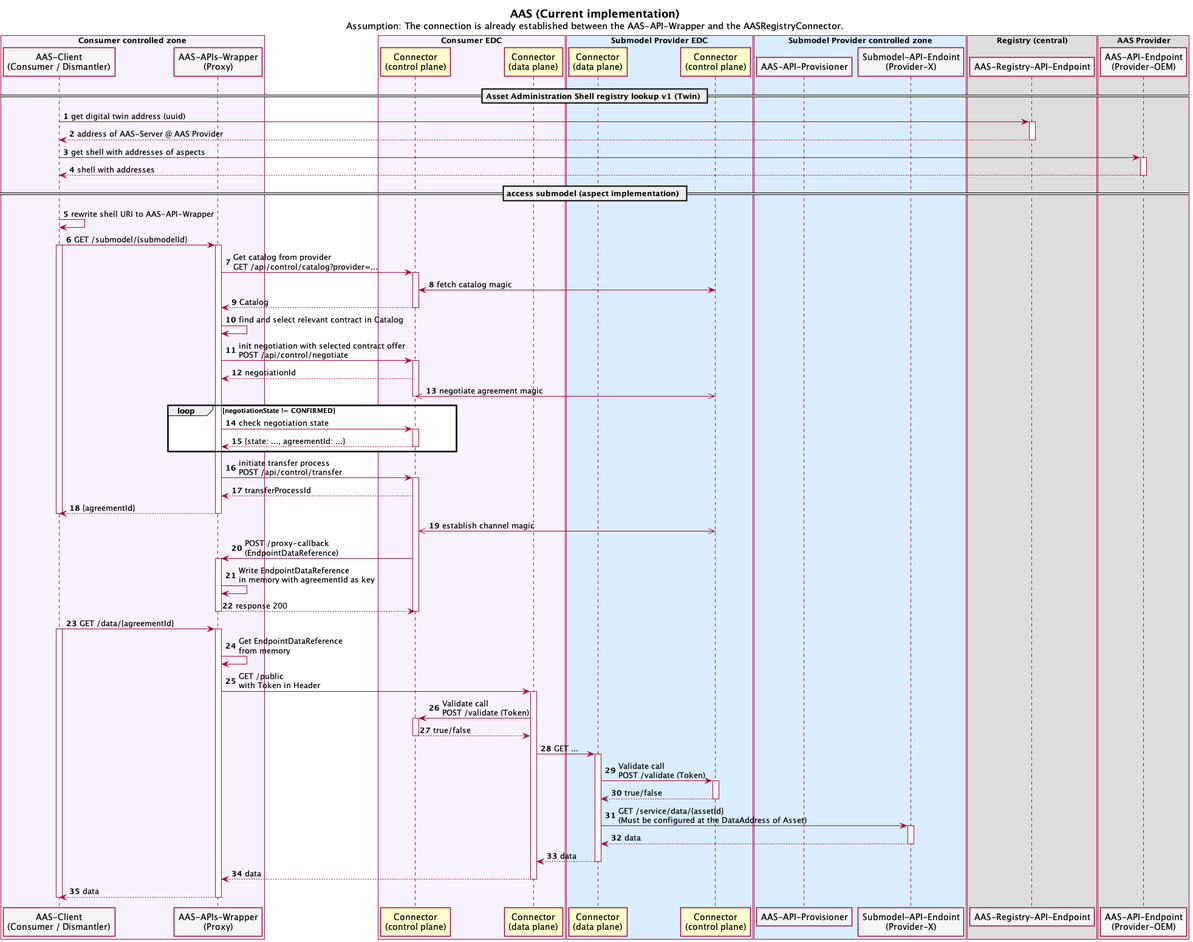
Earlier version of the PlantUML export eclipsedataspaceconnector/api-wrapper/docs/current.png (catenax/tractusx). Source of this version:
```plantuml
@startuml

skinParam NoteBackgroundColor WhiteSmoke
skinParam NoteFontColor Black
skinParam ParticipantBackgroundColor WhiteSmoke
skinParam ActorBackgroundColor WhiteSmoke
skinParam AgentBackgroundColor White
skinParam AgentBorderColor SkyBlue
skinparam shadowing false

!define ConsumerColor f8f2ff
!define ProviderColor d9edff
!define WarningColor Business
!define LeadColor Technology

autonumber

box "Consumer controlled zone" #ConsumerColor
participant AASClient as "AAS-Client\n(Consumer / Dismantler)"
participant AASAPIWrapper as "AAS-APIs-Wrapper\n(Proxy)"
end box

box "Consumer EDC" #ConsumerColor
participant ConsumerControl as "Connector\n(control plane)" #Business
participant ConsumerData as "Connector\n(data plane)" #Business
end box

box "Submodel Provider EDC" #ProviderColor
participant ProviderData as "Connector\n(data plane)" #Business
participant ProviderControl as "Connector\n(control plane)" #Business
end box

box "Submodel Provider controlled zone" #ProviderColor
participant AASAPIWrapperProvider as "AAS-API-Provisioner"
participant SubmodelBackendServer as "Submodel-API-Endoint\n(Provider-X)"
end box

box "Registry (central)"
participant AASRegistryService as "AAS-Registry-API-Endpoint"
end box

box "AAS Provider"
participant AASServer as "AAS-API-Endpoint\n(Provider-OEM)"
end box



title
 **AAS (Current implementation)**
 <sub>Assumption: The connection is already established between the AAS-API-Wrapper and the AASRegistryConnector.</sub>
end title



== Asset Administration Shell registry lookup v1 (Twin) ==
AASClient -> AASRegistryService ++: get digital twin address (uuid)
return address of AAS-Server @ AAS Provider

AASClient -> AASServer ++: get shell with addresses of aspects
return shell with addresses



== access submodel (aspect implementation) ==
AASClient -> AASClient: rewrite shell URI to AAS-API-Wrapper

AASClient -> AASAPIWrapper: GET /submodel/{submodelId}
activate AASClient
    activate AASAPIWrapper
        AASAPIWrapper -> ConsumerControl++: Get catalog from provider\nGET /api/control/catalog?provider=...
        ConsumerControl <-> ProviderControl: fetch catalog magic
        return Catalog
        AASAPIWrapper -> AASAPIWrapper: find and select relevant contract in Catalog
        AASAPIWrapper -> ConsumerControl: init negotiation with selected contract offer\nPOST /api/control/negotiate
        activate ConsumerControl
            AASAPIWrapper <-- ConsumerControl: negotiationId
            ConsumerControl <<->> ProviderControl: negotiate agreement magic
        deactivate ConsumerControl

        loop negotiationState != CONFIRMED
            AASAPIWrapper -> ConsumerControl ++: check negotiation state
            return {state: ..., agreementId: ...}
        end

        AASAPIWrapper -> ConsumerControl: initiate transfer process\nPOST /api/control/transfer

        activate ConsumerControl
            AASAPIWrapper <-- ConsumerControl: transferProcessId

        AASClient <-- AASAPIWrapper: {agreementId}
    deactivate AASAPIWrapper
deactivate AASClient

            ConsumerControl <<->> ProviderControl: establish channel magic



            AASAPIWrapper <- ConsumerControl++: POST /proxy-callback\n(EndpointDataReference)
                AASAPIWrapper -> AASAPIWrapper: Write EndpointDataReference\nin memory with agreementId as key
            return response 200
        deactivate ConsumerControl


AASClient -> AASAPIWrapper++: GET /data/{agreementId}
activate AASClient
        AASAPIWrapper -> AASAPIWrapper: Get EndpointDataReference\nfrom memory

        AASAPIWrapper -> ConsumerData ++: GET /public\nwith Token in Header
            ConsumerData -> ConsumerControl ++: Validate call\nPOST /validate (Token)
            return true/false

            ConsumerData -> ProviderData ++: GET ...

                ProviderData -> ProviderControl ++: Validate call\nPOST /validate (Token)
                return true/false

                ProviderData -> SubmodelBackendServer ++: GET /service/data/{assetId}\n(Must be configured at the DataAddress of Asset)
                return data
            return data
        return data
    return data
deactivate AASClient
@enduml
```
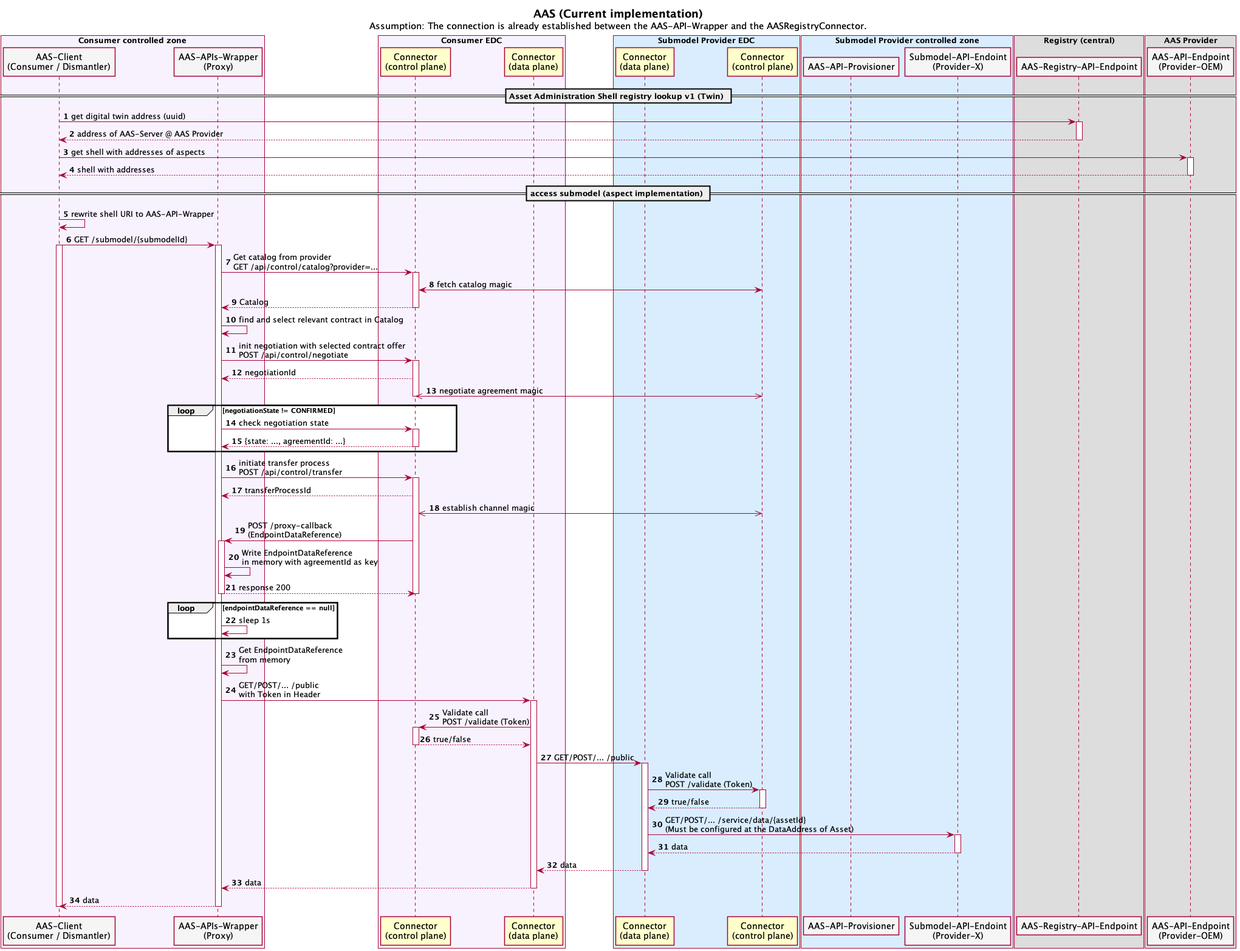
Later version of the same file.

Commit message:
Update sequenz-diagram of api-wrapper

What changed in the source:
```diff
@@ -67,54 +67,46 @@
 AASClient -> AASAPIWrapper: GET /submodel/{submodelId}
 activate AASClient
     activate AASAPIWrapper
-        AASAPIWrapper -> ConsumerControl++: Get catalog from provider\nGET /api/control/catalog?provider=...
-        ConsumerControl <-> ProviderControl: fetch catalog magic
-        return Catalog
-        AASAPIWrapper -> AASAPIWrapper: find and select relevant contract in Catalog
-        AASAPIWrapper -> ConsumerControl: init negotiation with selected contract offer\nPOST /api/control/negotiate
-        activate ConsumerControl
-            AASAPIWrapper <-- ConsumerControl: negotiationId
-            ConsumerControl <<->> ProviderControl: negotiate agreement magic
-        deactivate ConsumerControl
+            AASAPIWrapper -> ConsumerControl++: Get catalog from provider\nGET /api/control/catalog?provider=...
+            ConsumerControl <-> ProviderControl: fetch catalog magic
+            return Catalog
+            AASAPIWrapper -> AASAPIWrapper: find and select relevant contract in Catalog
+            AASAPIWrapper -> ConsumerControl: init negotiation with selected contract offer\nPOST /api/control/negotiate
+            activate ConsumerControl
+                AASAPIWrapper <-- ConsumerControl: negotiationId
+                ConsumerControl <<->> ProviderControl: negotiate agreement magic
+            deactivate ConsumerControl
 
-        loop negotiationState != CONFIRMED
-            AASAPIWrapper -> ConsumerControl ++: check negotiation state
-            return {state: ..., agreementId: ...}
-        end
-
+            loop negotiationState != CONFIRMED
+                AASAPIWrapper -> ConsumerControl ++: check negotiation state
+                return {state: ..., agreementId: ...}
+            end
         AASAPIWrapper -> ConsumerControl: initiate transfer process\nPOST /api/control/transfer
-
         activate ConsumerControl
             AASAPIWrapper <-- ConsumerControl: transferProcessId
 
-        AASClient <-- AASAPIWrapper: {agreementId}
-    deactivate AASAPIWrapper
-deactivate AASClient
-
             ConsumerControl <<->> ProviderControl: establish channel magic
-
-
 
             AASAPIWrapper <- ConsumerControl++: POST /proxy-callback\n(EndpointDataReference)
                 AASAPIWrapper -> AASAPIWrapper: Write EndpointDataReference\nin memory with agreementId as key
             return response 200
         deactivate ConsumerControl
 
-
-AASClient -> AASAPIWrapper++: GET /data/{agreementId}
-activate AASClient
+        loop endpointDataReference == null
+            AASAPIWrapper -> AASAPIWrapper: sleep 1s
+        end
         AASAPIWrapper -> AASAPIWrapper: Get EndpointDataReference\nfrom memory
 
-        AASAPIWrapper -> ConsumerData ++: GET /public\nwith Token in Header
+        AASAPIWrapper -> ConsumerData ++: GET/POST/... /public\nwith Token in Header
             ConsumerData -> ConsumerControl ++: Validate call\nPOST /validate (Token)
             return true/false
 
-            ConsumerData -> ProviderData ++: GET ...
+            ConsumerData -> ProviderData ++: GET/POST/... /public
 
                 ProviderData -> ProviderControl ++: Validate call\nPOST /validate (Token)
                 return true/false
 
-                ProviderData -> SubmodelBackendServer ++: GET /service/data/{assetId}\n(Must be configured at the DataAddress of Asset)
+                ProviderData -> SubmodelBackendServer ++: GET/POST/... /service/data/{assetId}\n(Must be configured at the DataAddress of Asset)
                 return data
             return data
         return data
```
